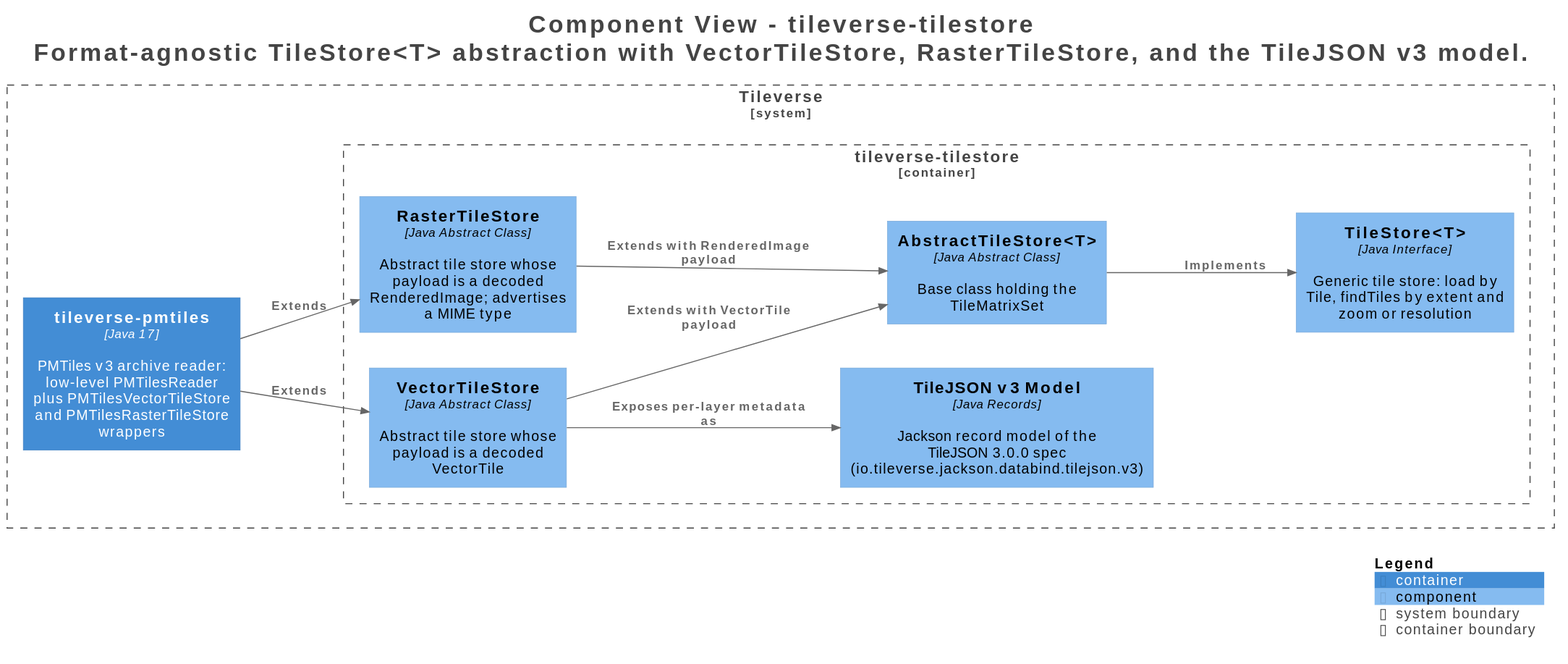
Before: assets/images/storage/structurizr-TileStoreComponents.svg, a diagram exported from PlantUML (tileverse-io/tileverse). Source of this version:
```plantuml
@startuml
title <size:24>Component View - tileverse-tilestore</size>\n<size:24>Format-agnostic TileStore<T> abstraction with VectorTileStore, RasterTileStore, and the TileJSON v3 model.</size>

set separator none
left to right direction

<style>
  root {
    BackgroundColor: #ffffff
    FontColor: #444444
  }
</style>

!include <C4/C4>
!include <C4/C4_Context>
!include <C4/C4_Container>
!include <C4/C4_Component>

System_Boundary("Tileverse_boundary", "Tileverse", $tags="") {
  Container_Boundary("Tileverse.tileversetilestore_boundary", "tileverse-tilestore", $tags="") {
    Component(Tileverse.tileversetilestore.TileStoreT, "TileStore<T>", $techn="Java Interface", $descr="Generic tile store: load by Tile, findTiles by extent and zoom or resolution", $tags="", $link="")
    Component(Tileverse.tileversetilestore.AbstractTileStoreT, "AbstractTileStore<T>", $techn="Java Abstract Class", $descr="Base class holding the TileMatrixSet", $tags="", $link="")
    Component(Tileverse.tileversetilestore.VectorTileStore, "VectorTileStore", $techn="Java Abstract Class", $descr="Abstract tile store whose payload is a decoded VectorTile", $tags="", $link="")
    Component(Tileverse.tileversetilestore.RasterTileStore, "RasterTileStore", $techn="Java Abstract Class", $descr="Abstract tile store whose payload is a decoded RenderedImage; advertises a MIME type", $tags="", $link="")
    Component(Tileverse.tileversetilestore.TileJSONv3Model, "TileJSON v3 Model", $techn="Java Records", $descr="Jackson record model of the TileJSON 3.0.0 spec (io.tileverse.jackson.databind.tilejson.v3)", $tags="", $link="")
  }

  Container(Tileverse.tileversepmtiles, "tileverse-pmtiles", $techn="Java 17", $descr="PMTiles v3 archive reader: low-level PMTilesReader plus PMTilesVectorTileStore and PMTilesRasterTileStore wrappers", $tags="", $link="")
}

Rel(Tileverse.tileversetilestore.AbstractTileStoreT, Tileverse.tileversetilestore.TileStoreT, "Implements", $techn="", $tags="", $link="")
Rel(Tileverse.tileversetilestore.VectorTileStore, Tileverse.tileversetilestore.AbstractTileStoreT, "Extends with VectorTile payload", $techn="", $tags="", $link="")
Rel(Tileverse.tileversetilestore.RasterTileStore, Tileverse.tileversetilestore.AbstractTileStoreT, "Extends with RenderedImage payload", $techn="", $tags="", $link="")
Rel(Tileverse.tileversetilestore.VectorTileStore, Tileverse.tileversetilestore.TileJSONv3Model, "Exposes per-layer metadata as", $techn="", $tags="", $link="")
Rel(Tileverse.tileversepmtiles, Tileverse.tileversetilestore.VectorTileStore, "Extends", $techn="", $tags="", $link="")
Rel(Tileverse.tileversepmtiles, Tileverse.tileversetilestore.RasterTileStore, "Extends", $techn="", $tags="", $link="")

SHOW_LEGEND(true)
hide stereotypes
@enduml
```
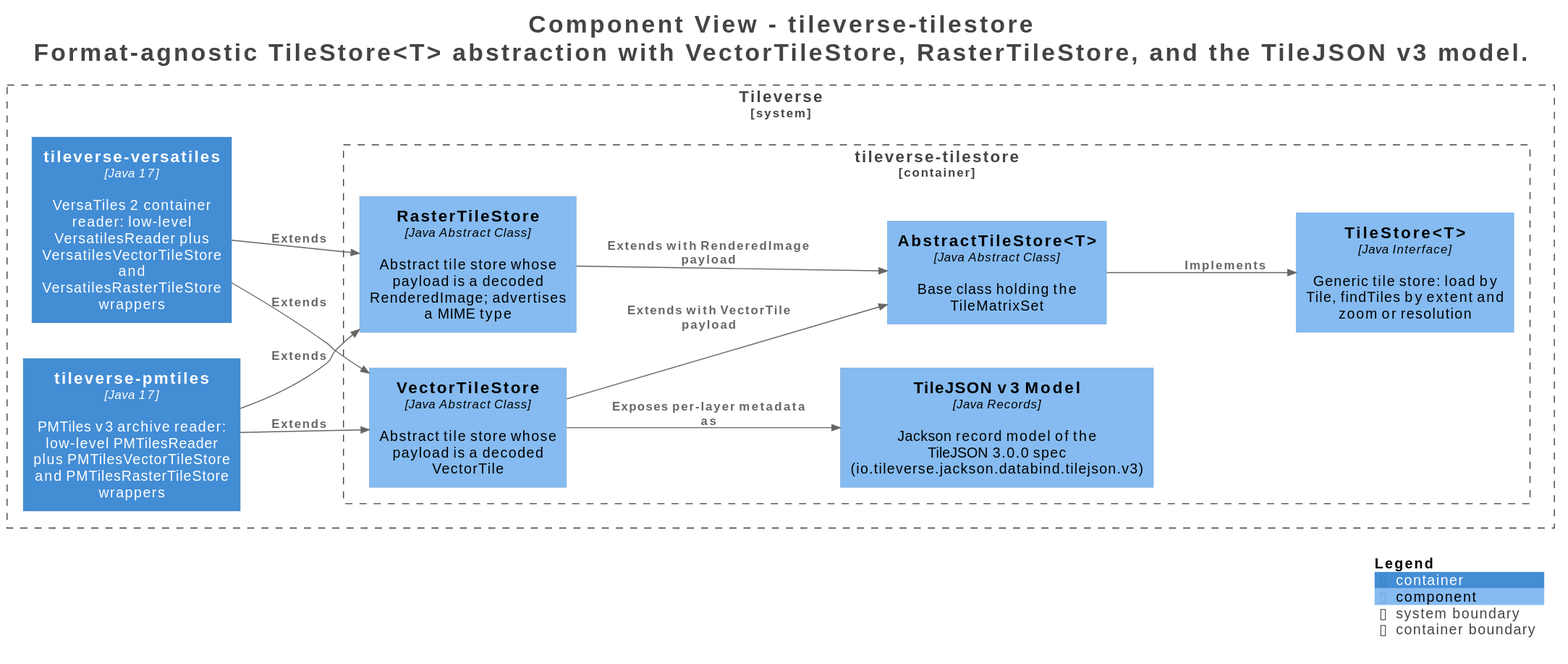
Later version of the same file.

The edit, as a diff of the source:
```diff
@@ -26,6 +26,7 @@
   }
 
   Container(Tileverse.tileversepmtiles, "tileverse-pmtiles", $techn="Java 17", $descr="PMTiles v3 archive reader: low-level PMTilesReader plus PMTilesVectorTileStore and PMTilesRasterTileStore wrappers", $tags="", $link="")
+  Container(Tileverse.tileverseversatiles, "tileverse-versatiles", $techn="Java 17", $descr="VersaTiles 2 container reader: low-level VersatilesReader plus VersatilesVectorTileStore and VersatilesRasterTileStore wrappers", $tags="", $link="")
 }
 
 Rel(Tileverse.tileversetilestore.AbstractTileStoreT, Tileverse.tileversetilestore.TileStoreT, "Implements", $techn="", $tags="", $link="")
@@ -34,6 +35,8 @@
 Rel(Tileverse.tileversetilestore.VectorTileStore, Tileverse.tileversetilestore.TileJSONv3Model, "Exposes per-layer metadata as", $techn="", $tags="", $link="")
 Rel(Tileverse.tileversepmtiles, Tileverse.tileversetilestore.VectorTileStore, "Extends", $techn="", $tags="", $link="")
 Rel(Tileverse.tileversepmtiles, Tileverse.tileversetilestore.RasterTileStore, "Extends", $techn="", $tags="", $link="")
+Rel(Tileverse.tileverseversatiles, Tileverse.tileversetilestore.VectorTileStore, "Extends", $techn="", $tags="", $link="")
+Rel(Tileverse.tileverseversatiles, Tileverse.tileversetilestore.RasterTileStore, "Extends", $techn="", $tags="", $link="")
 
 SHOW_LEGEND(true)
 hide stereotypes
```
